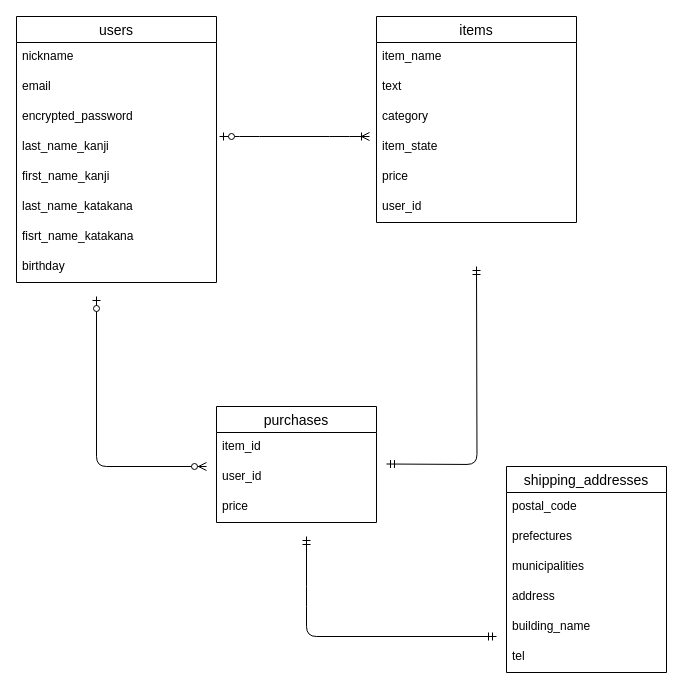
The draw.io diagram ER.dio in t-tokio/furima-37461, before the edit. Source tidied: cells renumbered, new cells numbered last; positions are measured from the earlier drawing's top-left corner, leaving out a move shared by most shapes. Both pictures are drawn from the tidied source at 100%, with x=0, y=0 at pixel (16, 16).
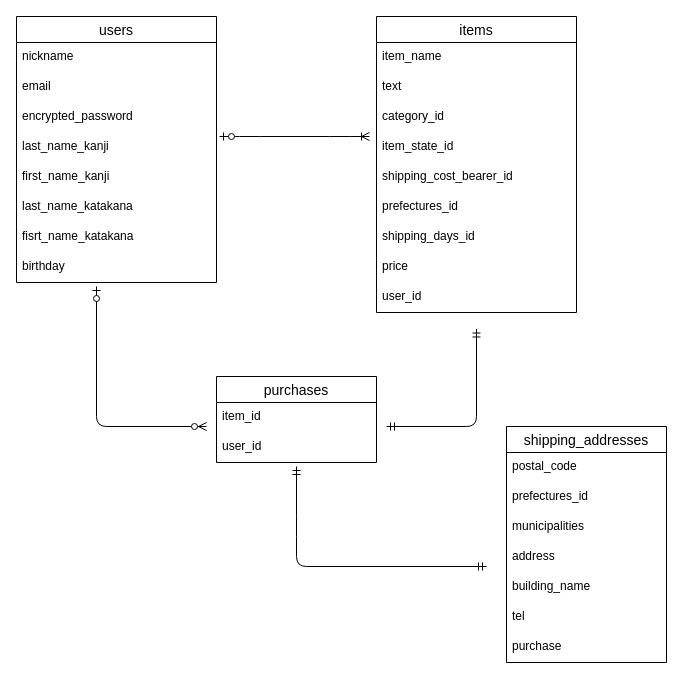
The same page after the edit.

Commit message (it also covers changes not shown here):
カラム名と条件の修正

The edit, as a diff of the source:
```diff
@@
     <mxCell id="11" value="purchases" style="swimlane;fontStyle=0;horizontal=1;startSize=26;align=center;fontSize=14;" parent="1" vertex="1">
-      <mxGeometry x="200" y="390" width="160" height="116" as="geometry" />
+      <mxGeometry x="200" y="360" width="160" height="86" as="geometry" />
     </mxCell>
@@
-    <mxCell id="14" value="price" style="text;strokeColor=none;fillColor=none;spacingLeft=4;spacingRight=4;overflow=hidden;fontSize=12;" parent="11" vertex="1">
-      <mxGeometry y="86" width="160" height="30" as="geometry" />
-    </mxCell>
     <mxCell id="15" value="items" style="swimlane;fontStyle=0;horizontal=1;startSize=26;align=center;fontSize=14;" parent="1" vertex="1">
-      <mxGeometry x="360" width="200" height="206" as="geometry" />
+      <mxGeometry x="360" width="200" height="296" as="geometry" />
     </mxCell>
@@
-    <mxCell id="18" value="category" style="text;strokeColor=none;fillColor=none;spacingLeft=4;spacingRight=4;overflow=hidden;fontSize=12;" parent="15" vertex="1">
+    <mxCell id="18" value="category_id" style="text;strokeColor=none;fillColor=none;spacingLeft=4;spacingRight=4;overflow=hidden;fontSize=12;" parent="15" vertex="1">
       <mxGeometry y="86" width="200" height="30" as="geometry" />
     </mxCell>
-    <mxCell id="19" value="item_state" style="text;strokeColor=none;fillColor=none;spacingLeft=4;spacingRight=4;overflow=hidden;fontSize=12;" parent="15" vertex="1">
+    <mxCell id="19" value="item_state_id" style="text;strokeColor=none;fillColor=none;spacingLeft=4;spacingRight=4;overflow=hidden;fontSize=12;" parent="15" vertex="1">
       <mxGeometry y="116" width="200" height="30" as="geometry" />
     </mxCell>
+    <mxCell id="33" value="shipping_cost_bearer_id" style="text;strokeColor=none;fillColor=none;spacingLeft=4;spacingRight=4;overflow=hidden;fontSize=12;" parent="15" vertex="1">
+      <mxGeometry y="146" width="200" height="30" as="geometry" />
+    </mxCell>
+    <mxCell id="34" value="prefectures_id" style="text;strokeColor=none;fillColor=none;spacingLeft=4;spacingRight=4;overflow=hidden;fontSize=12;" parent="15" vertex="1">
+      <mxGeometry y="176" width="200" height="30" as="geometry" />
+    </mxCell>
+    <mxCell id="35" value="shipping_days_id" style="text;strokeColor=none;fillColor=none;spacingLeft=4;spacingRight=4;overflow=hidden;fontSize=12;" parent="15" vertex="1">
+      <mxGeometry y="206" width="200" height="30" as="geometry" />
+    </mxCell>
     <mxCell id="20" value="price" style="text;strokeColor=none;fillColor=none;spacingLeft=4;spacingRight=4;overflow=hidden;fontSize=12;" parent="15" vertex="1">
-      <mxGeometry y="146" width="200" height="30" as="geometry" />
+      <mxGeometry y="236" width="200" height="30" as="geometry" />
     </mxCell>
     <mxCell id="21" value="user_id" style="text;strokeColor=none;fillColor=none;spacingLeft=4;spacingRight=4;overflow=hidden;fontSize=12;" parent="15" vertex="1">
-      <mxGeometry y="176" width="200" height="30" as="geometry" />
+      <mxGeometry y="266" width="200" height="30" as="geometry" />
     </mxCell>
     <mxCell id="22" value="shipping_addresses" style="swimlane;fontStyle=0;horizontal=1;startSize=26;align=center;fontSize=14;" parent="1" vertex="1">
-      <mxGeometry x="490" y="450" width="160" height="206" as="geometry" />
+      <mxGeometry x="490" y="410" width="160" height="236" as="geometry" />
     </mxCell>
@@
-    <mxCell id="24" value="prefectures" style="text;strokeColor=none;fillColor=none;spacingLeft=4;spacingRight=4;overflow=hidden;fontSize=12;" parent="22" vertex="1">
+    <mxCell id="24" value="prefectures_id" style="text;strokeColor=none;fillColor=none;spacingLeft=4;spacingRight=4;overflow=hidden;fontSize=12;" parent="22" vertex="1">
       <mxGeometry y="56" width="160" height="30" as="geometry" />
     </mxCell>
@@
+    <mxCell id="36" value="purchase" style="text;strokeColor=none;fillColor=none;spacingLeft=4;spacingRight=4;overflow=hidden;fontSize=12;" parent="22" vertex="1">
+      <mxGeometry y="206" width="160" height="30" as="geometry" />
+    </mxCell>
@@
     <mxCell id="30" style="edgeStyle=orthogonalEdgeStyle;fontSize=12;html=1;endArrow=ERzeroToMany;startArrow=ERzeroToOne;" parent="1" edge="1">
       <mxGeometry relative="1" as="geometry">
-        <mxPoint x="80" y="280" as="sourcePoint" />
-        <mxPoint x="190" y="450" as="targetPoint" />
+        <mxPoint x="80" y="270" as="sourcePoint" />
+        <mxPoint x="190" y="410" as="targetPoint" />
         <Array as="points">
-          <mxPoint x="80" y="450" />
+          <mxPoint x="80" y="410" />
         </Array>
       </mxGeometry>
     </mxCell>
     <mxCell id="31" style="edgeStyle=orthogonalEdgeStyle;fontSize=12;html=1;endArrow=ERmandOne;startArrow=ERmandOne;" parent="1" edge="1">
       <mxGeometry relative="1" as="geometry">
-        <mxPoint x="370" y="447.5" as="sourcePoint" />
-        <mxPoint x="460" y="250" as="targetPoint" />
+        <mxPoint x="370" y="410" as="sourcePoint" />
+        <mxPoint x="460" y="312.5" as="targetPoint" />
+        <Array as="points">
+          <mxPoint x="460" y="410.5" />
+        </Array>
       </mxGeometry>
     </mxCell>
     <mxCell id="32" style="edgeStyle=orthogonalEdgeStyle;fontSize=12;html=1;endArrow=ERmandOne;startArrow=ERmandOne;" parent="1" edge="1">
       <mxGeometry relative="1" as="geometry">
-        <mxPoint x="290" y="520" as="sourcePoint" />
-        <mxPoint x="480" y="620" as="targetPoint" />
+        <mxPoint x="280" y="450" as="sourcePoint" />
+        <mxPoint x="470" y="550" as="targetPoint" />
         <Array as="points">
-          <mxPoint x="290" y="580" />
-          <mxPoint x="290" y="620" />
+          <mxPoint x="280" y="510" />
+          <mxPoint x="280" y="550" />
         </Array>
       </mxGeometry>
     </mxCell>
```
